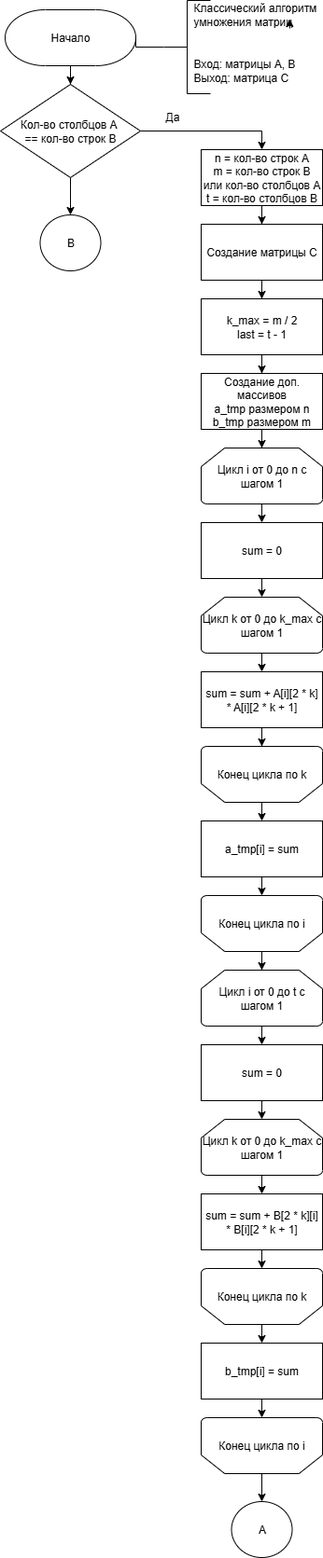
The draw.io diagram Labs/lab_01/report/images/vinograd_opt_scheme_1.png in Pricolistok/Algorithm-analysis, before a commit. Source tidied: cells renumbered, new cells last; positions are measured from the earlier drawing's top-left corner, leaving out a move shared by most shapes.
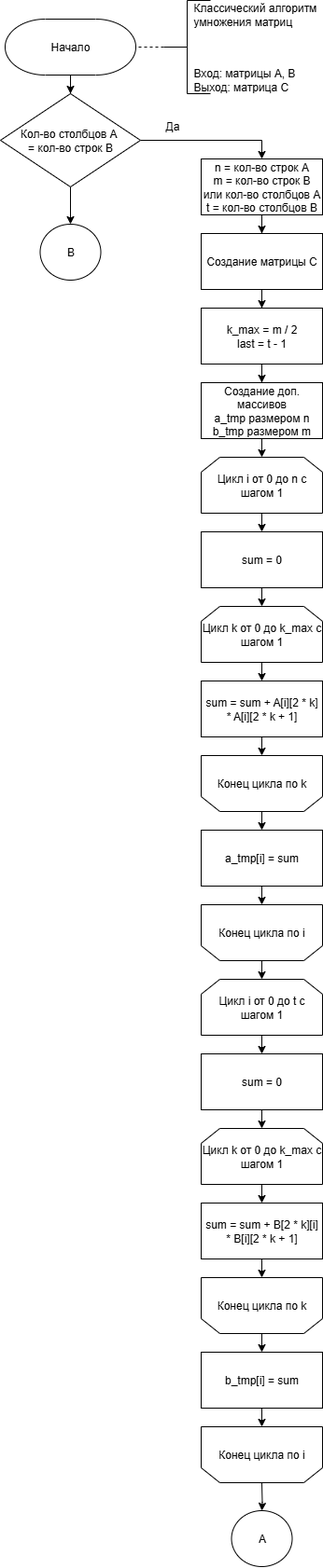
The same diagram one commit later.

Diff of the diagram source:
```diff
@@ -14,7 +14,7 @@
     <mxCell id="5" style="edgeStyle=orthogonalEdgeStyle;rounded=0;jettySize=auto;html=1;strokeWidth=1;" parent="1" edge="1" source="6" target="37">
       <mxGeometry relative="1" as="geometry" />
     </mxCell>
-    <mxCell id="6" value="Кол-во столбцов А&amp;nbsp;&lt;div&gt;== кол-во строк В&lt;/div&gt;" style="strokeWidth=1;html=1;shape=mxgraph.flowchart.decision;whiteSpace=wrap;" parent="1" vertex="1">
+    <mxCell id="6" value="Кол-во столбцов А&amp;nbsp;&lt;div&gt;= кол-во строк В&lt;/div&gt;" style="strokeWidth=1;html=1;shape=mxgraph.flowchart.decision;whiteSpace=wrap;" parent="1" vertex="1">
       <mxGeometry y="90" width="150" height="100" as="geometry" />
     </mxCell>
     <mxCell id="7" style="edgeStyle=orthogonalEdgeStyle;rounded=0;jettySize=auto;html=1;strokeWidth=1;" parent="1" edge="1" source="8" target="10">
@@ -29,45 +29,42 @@
     <mxCell id="10" value="Создание матрицы С" style="rounded=0;whiteSpace=wrap;html=1;strokeWidth=1;" parent="1" vertex="1">
       <mxGeometry x="215" y="240" width="130" height="60" as="geometry" />
     </mxCell>
-    <mxCell id="11" style="edgeStyle=orthogonalEdgeStyle;rounded=0;jettySize=auto;html=1;exitX=0.5;exitY=1;exitDx=0;exitDy=0;exitPerimeter=0;entryX=0.5;entryY=0;entryDx=0;entryDy=0;strokeWidth=1;" parent="1" edge="1" source="12" target="42">
-      <mxGeometry relative="1" as="geometry" />
+    <mxCell id="11" style="edgeStyle=orthogonalEdgeStyle;rounded=0;jettySize=auto;html=1;exitX=0.5;exitY=1;exitDx=0;exitDy=0;exitPerimeter=0;entryX=0.5;entryY=0;entryDx=0;entryDy=0;strokeWidth=1;" parent="1" edge="1" target="42">
+      <mxGeometry relative="1" as="geometry">
+        <mxPoint x="280" y="540" as="sourcePoint" />
+      </mxGeometry>
     </mxCell>
-    <mxCell id="12" value="Цикл i от 0 до n с шагом 1" style="strokeWidth=1;html=1;shape=mxgraph.flowchart.loop_limit;whiteSpace=wrap;" parent="1" vertex="1">
-      <mxGeometry x="215" y="480" width="130" height="60" as="geometry" />
-    </mxCell>
-    <mxCell id="13" style="edgeStyle=orthogonalEdgeStyle;rounded=0;jettySize=auto;html=1;exitX=0.5;exitY=1;exitDx=0;exitDy=0;exitPerimeter=0;entryX=0.5;entryY=0;entryDx=0;entryDy=0;strokeWidth=1;" parent="1" edge="1" source="14" target="16">
-      <mxGeometry relative="1" as="geometry" />
+    <mxCell id="13" style="edgeStyle=orthogonalEdgeStyle;rounded=0;jettySize=auto;html=1;exitX=0.5;exitY=1;exitDx=0;exitDy=0;exitPerimeter=0;entryX=0.5;entryY=0;entryDx=0;entryDy=0;strokeWidth=1;" parent="1" edge="1" target="16">
+      <mxGeometry relative="1" as="geometry">
+        <mxPoint x="280" y="700" as="sourcePoint" />
+      </mxGeometry>
     </mxCell>
-    <mxCell id="14" value="Цикл k от 0 до k_max с шагом 1" style="strokeWidth=1;html=1;shape=mxgraph.flowchart.loop_limit;whiteSpace=wrap;" parent="1" vertex="1">
-      <mxGeometry x="215" y="640" width="130" height="60" as="geometry" />
-    </mxCell>
-    <mxCell id="15" style="edgeStyle=orthogonalEdgeStyle;rounded=0;jettySize=auto;html=1;strokeWidth=1;" parent="1" edge="1" source="16" target="18">
-      <mxGeometry relative="1" as="geometry" />
+    <mxCell id="15" style="edgeStyle=orthogonalEdgeStyle;rounded=0;jettySize=auto;html=1;strokeWidth=1;" parent="1" edge="1" source="16">
+      <mxGeometry relative="1" as="geometry">
+        <mxPoint x="280" y="800" as="targetPoint" />
+      </mxGeometry>
     </mxCell>
     <mxCell id="16" value="sum = sum + A[i][2 * k] * A[i][2 * k + 1]" style="rounded=0;whiteSpace=wrap;html=1;strokeWidth=1;" parent="1" vertex="1">
       <mxGeometry x="215" y="720" width="130" height="60" as="geometry" />
     </mxCell>
-    <mxCell id="17" style="edgeStyle=orthogonalEdgeStyle;rounded=0;jettySize=auto;html=1;exitX=0.5;exitY=0;exitDx=0;exitDy=0;exitPerimeter=0;entryX=0.5;entryY=0;entryDx=0;entryDy=0;strokeWidth=1;" parent="1" edge="1" source="18" target="43">
-      <mxGeometry relative="1" as="geometry" />
+    <mxCell id="17" style="edgeStyle=orthogonalEdgeStyle;rounded=0;jettySize=auto;html=1;exitX=0.5;exitY=0;exitDx=0;exitDy=0;exitPerimeter=0;entryX=0.5;entryY=0;entryDx=0;entryDy=0;strokeWidth=1;" parent="1" edge="1" target="43">
+      <mxGeometry relative="1" as="geometry">
+        <mxPoint x="280" y="860" as="sourcePoint" />
+      </mxGeometry>
     </mxCell>
-    <mxCell id="18" value="Конец цикла по k" style="strokeWidth=1;html=1;shape=mxgraph.flowchart.loop_limit;whiteSpace=wrap;flipV=1;" parent="1" vertex="1">
-      <mxGeometry x="215" y="800" width="130" height="60" as="geometry" />
-    </mxCell>
-    <mxCell id="19" value="Конец цикла по i" style="strokeWidth=1;html=1;shape=mxgraph.flowchart.loop_limit;whiteSpace=wrap;flipV=1;" parent="1" vertex="1">
-      <mxGeometry x="215" y="960" width="130" height="60" as="geometry" />
-    </mxCell>
     <mxCell id="20" style="strokeWidth=1;html=1;shape=mxgraph.flowchart.annotation_2;align=left;labelPosition=right;" parent="1" vertex="1">
-      <mxGeometry x="175" width="50" height="100" as="geometry" />
+      <mxGeometry x="175" y="-10" width="50" height="100" as="geometry" />
     </mxCell>
-    <mxCell id="21" style="edgeStyle=orthogonalEdgeStyle;rounded=0;jettySize=auto;html=1;exitX=0;exitY=0.5;exitDx=0;exitDy=0;exitPerimeter=0;entryX=1;entryY=0.5;entryDx=0;entryDy=0;entryPerimeter=0;endArrow=none;endFill=0;strokeWidth=1;" parent="1" edge="1" source="20" target="3">
-      <mxGeometry relative="1" as="geometry" />
+    <mxCell id="21" style="edgeStyle=orthogonalEdgeStyle;rounded=0;jettySize=auto;html=1;exitX=0;exitY=0.5;exitDx=0;exitDy=0;exitPerimeter=0;entryX=1;entryY=0.5;entryDx=0;entryDy=0;entryPerimeter=0;endArrow=none;endFill=0;strokeWidth=1;dashed=1;" parent="1" edge="1" source="20" target="3">
+      <mxGeometry relative="1" as="geometry">
+        <Array as="points">
+          <mxPoint x="175" y="40" />
+        </Array>
+      </mxGeometry>
     </mxCell>
     <mxCell id="22" value="Классический алгоритм умножения матриц" style="text;strokeColor=none;align=left;fillColor=none;html=1;verticalAlign=middle;whiteSpace=wrap;rounded=0;strokeWidth=1;" parent="1" vertex="1">
-      <mxGeometry x="205" width="140" height="30" as="geometry" />
+      <mxGeometry x="205" y="-10" width="140" height="30" as="geometry" />
     </mxCell>
-    <mxCell id="23" style="edgeStyle=orthogonalEdgeStyle;rounded=0;orthogonalLoop=1;jettySize=auto;html=1;exitX=0.75;exitY=1;exitDx=0;exitDy=0;entryX=0.747;entryY=0.667;entryDx=0;entryDy=0;entryPerimeter=0;strokeWidth=1;" parent="1" edge="1" source="22" target="22">
-      <mxGeometry relative="1" as="geometry" />
-    </mxCell>
     <mxCell id="24" value="Вход: матрицы А, В&lt;div&gt;Выход: матрица С&lt;/div&gt;" style="text;strokeColor=none;align=left;fillColor=none;html=1;verticalAlign=middle;whiteSpace=wrap;rounded=0;strokeWidth=1;" parent="1" vertex="1">
       <mxGeometry x="205" y="60" width="140" height="30" as="geometry" />
     </mxCell>
@@ -77,44 +74,45 @@
     <mxCell id="26" value="Создание доп. массивов&lt;div&gt;a_tmp размером n&lt;/div&gt;&lt;div&gt;b_tmp размером m&lt;/div&gt;" style="rounded=0;whiteSpace=wrap;html=1;strokeWidth=1;" parent="1" vertex="1">
       <mxGeometry x="215" y="400" width="130" height="60" as="geometry" />
     </mxCell>
-    <mxCell id="27" style="edgeStyle=orthogonalEdgeStyle;rounded=0;jettySize=auto;html=1;entryX=0.5;entryY=0;entryDx=0;entryDy=0;entryPerimeter=0;strokeWidth=1;" parent="1" edge="1" source="26" target="12">
-      <mxGeometry relative="1" as="geometry" />
+    <mxCell id="27" style="edgeStyle=orthogonalEdgeStyle;rounded=0;jettySize=auto;html=1;entryX=0.5;entryY=0;entryDx=0;entryDy=0;entryPerimeter=0;strokeWidth=1;" parent="1" edge="1" source="26">
+      <mxGeometry relative="1" as="geometry">
+        <mxPoint x="280" y="480" as="targetPoint" />
+      </mxGeometry>
     </mxCell>
-    <mxCell id="28" style="edgeStyle=orthogonalEdgeStyle;rounded=0;jettySize=auto;html=1;exitX=0.5;exitY=1;exitDx=0;exitDy=0;exitPerimeter=0;entryX=0.5;entryY=0;entryDx=0;entryDy=0;strokeWidth=1;" parent="1" edge="1" source="29" target="44">
-      <mxGeometry relative="1" as="geometry" />
+    <mxCell id="28" style="edgeStyle=orthogonalEdgeStyle;rounded=0;jettySize=auto;html=1;exitX=0.5;exitY=1;exitDx=0;exitDy=0;exitPerimeter=0;entryX=0.5;entryY=0;entryDx=0;entryDy=0;strokeWidth=1;" parent="1" edge="1" target="44">
+      <mxGeometry relative="1" as="geometry">
+        <mxPoint x="280" y="1100" as="sourcePoint" />
+      </mxGeometry>
     </mxCell>
-    <mxCell id="29" value="Цикл i от 0 до t с шагом 1" style="strokeWidth=1;html=1;shape=mxgraph.flowchart.loop_limit;whiteSpace=wrap;" parent="1" vertex="1">
-      <mxGeometry x="215" y="1040" width="130" height="60" as="geometry" />
-    </mxCell>
-    <mxCell id="30" style="edgeStyle=orthogonalEdgeStyle;rounded=0;jettySize=auto;html=1;exitX=0.5;exitY=1;exitDx=0;exitDy=0;exitPerimeter=0;entryX=0.5;entryY=0;entryDx=0;entryDy=0;strokeWidth=1;" parent="1" edge="1" source="31" target="32">
-      <mxGeometry relative="1" as="geometry" />
+    <mxCell id="30" style="edgeStyle=orthogonalEdgeStyle;rounded=0;jettySize=auto;html=1;exitX=0.5;exitY=1;exitDx=0;exitDy=0;exitPerimeter=0;entryX=0.5;entryY=0;entryDx=0;entryDy=0;strokeWidth=1;" parent="1" edge="1" target="32">
+      <mxGeometry relative="1" as="geometry">
+        <mxPoint x="280" y="1260" as="sourcePoint" />
+      </mxGeometry>
     </mxCell>
-    <mxCell id="31" value="Цикл k от 0 до k_max с шагом 1" style="strokeWidth=1;html=1;shape=mxgraph.flowchart.loop_limit;whiteSpace=wrap;" parent="1" vertex="1">
-      <mxGeometry x="215" y="1200" width="130" height="60" as="geometry" />
-    </mxCell>
     <mxCell id="32" value="sum = sum + B[2 * k][i] * B[i][2 * k + 1]" style="rounded=0;whiteSpace=wrap;html=1;strokeWidth=1;" parent="1" vertex="1">
       <mxGeometry x="215" y="1280" width="130" height="60" as="geometry" />
     </mxCell>
-    <mxCell id="33" style="edgeStyle=orthogonalEdgeStyle;rounded=0;jettySize=auto;html=1;exitX=0.5;exitY=0;exitDx=0;exitDy=0;exitPerimeter=0;entryX=0.5;entryY=0;entryDx=0;entryDy=0;strokeWidth=1;" parent="1" edge="1" source="34" target="45">
-      <mxGeometry relative="1" as="geometry" />
+    <mxCell id="33" style="edgeStyle=orthogonalEdgeStyle;rounded=0;jettySize=auto;html=1;exitX=0.5;exitY=0;exitDx=0;exitDy=0;exitPerimeter=0;entryX=0.5;entryY=0;entryDx=0;entryDy=0;strokeWidth=1;" parent="1" edge="1" target="45">
+      <mxGeometry relative="1" as="geometry">
+        <mxPoint x="280" y="1420" as="sourcePoint" />
+      </mxGeometry>
     </mxCell>
-    <mxCell id="34" value="Конец цикла по k" style="strokeWidth=1;html=1;shape=mxgraph.flowchart.loop_limit;whiteSpace=wrap;flipV=1;" parent="1" vertex="1">
-      <mxGeometry x="215" y="1360" width="130" height="60" as="geometry" />
-    </mxCell>
-    <mxCell id="35" style="edgeStyle=orthogonalEdgeStyle;rounded=0;jettySize=auto;html=1;strokeWidth=1;" parent="1" edge="1" source="36" target="38">
-      <mxGeometry relative="1" as="geometry" />
+    <mxCell id="35" style="edgeStyle=orthogonalEdgeStyle;rounded=0;jettySize=auto;html=1;strokeWidth=1;" parent="1" edge="1" target="38">
+      <mxGeometry relative="1" as="geometry">
+        <mxPoint x="280" y="1580" as="sourcePoint" />
+      </mxGeometry>
     </mxCell>
-    <mxCell id="36" value="Конец цикла по i" style="strokeWidth=1;html=1;shape=mxgraph.flowchart.loop_limit;whiteSpace=wrap;flipV=1;" parent="1" vertex="1">
-      <mxGeometry x="215" y="1520" width="130" height="60" as="geometry" />
-    </mxCell>
     <mxCell id="37" value="B" style="strokeWidth=1;html=1;shape=mxgraph.flowchart.start_2;whiteSpace=wrap;" parent="1" vertex="1">
       <mxGeometry x="42.5" y="230" width="65" height="60" as="geometry" />
     </mxCell>
     <mxCell id="38" value="A" style="strokeWidth=1;html=1;shape=mxgraph.flowchart.start_2;whiteSpace=wrap;" parent="1" vertex="1">
       <mxGeometry x="247.5" y="1610" width="65" height="60" as="geometry" />
     </mxCell>
-    <mxCell id="39" style="edgeStyle=orthogonalEdgeStyle;rounded=0;jettySize=auto;html=1;entryX=0.5;entryY=0;entryDx=0;entryDy=0;entryPerimeter=0;strokeWidth=1;" parent="1" edge="1" source="19" target="29">
-      <mxGeometry relative="1" as="geometry" />
+    <mxCell id="39" style="edgeStyle=orthogonalEdgeStyle;rounded=0;orthogonalLoop=1;jettySize=auto;html=1;entryX=0.5;entryY=0;entryDx=0;entryDy=0;entryPerimeter=0;strokeWidth=1;" parent="1" edge="1">
+      <mxGeometry relative="1" as="geometry">
+        <mxPoint x="280" y="1020" as="sourcePoint" />
+        <mxPoint x="280" y="1040" as="targetPoint" />
+      </mxGeometry>
     </mxCell>
     <mxCell id="40" style="edgeStyle=orthogonalEdgeStyle;rounded=0;jettySize=auto;html=1;entryX=0.5;entryY=0;entryDx=0;entryDy=0;strokeWidth=1;" parent="1" edge="1" source="41" target="26">
       <mxGeometry relative="1" as="geometry" />
@@ -134,20 +132,54 @@
     <mxCell id="45" value="b_tmp[i] = sum" style="rounded=0;whiteSpace=wrap;html=1;strokeWidth=1;" parent="1" vertex="1">
       <mxGeometry x="215" y="1440" width="130" height="60" as="geometry" />
     </mxCell>
-    <mxCell id="46" style="edgeStyle=orthogonalEdgeStyle;rounded=0;jettySize=auto;html=1;exitX=0.5;exitY=1;exitDx=0;exitDy=0;entryX=0.5;entryY=0;entryDx=0;entryDy=0;entryPerimeter=0;strokeWidth=1;" parent="1" edge="1" source="42" target="14">
-      <mxGeometry relative="1" as="geometry" />
+    <mxCell id="46" style="edgeStyle=orthogonalEdgeStyle;rounded=0;jettySize=auto;html=1;exitX=0.5;exitY=1;exitDx=0;exitDy=0;entryX=0.5;entryY=0;entryDx=0;entryDy=0;entryPerimeter=0;strokeWidth=1;" parent="1" edge="1" source="42">
+      <mxGeometry relative="1" as="geometry">
+        <mxPoint x="280" y="640" as="targetPoint" />
+      </mxGeometry>
     </mxCell>
-    <mxCell id="47" style="edgeStyle=orthogonalEdgeStyle;rounded=0;jettySize=auto;html=1;exitX=0.5;exitY=1;exitDx=0;exitDy=0;entryX=0.5;entryY=1;entryDx=0;entryDy=0;entryPerimeter=0;strokeWidth=1;" parent="1" edge="1" source="43" target="19">
-      <mxGeometry relative="1" as="geometry" />
+    <mxCell id="47" style="edgeStyle=orthogonalEdgeStyle;rounded=0;jettySize=auto;html=1;exitX=0.5;exitY=1;exitDx=0;exitDy=0;entryX=0.5;entryY=1;entryDx=0;entryDy=0;entryPerimeter=0;strokeWidth=1;" parent="1" edge="1" source="43">
+      <mxGeometry relative="1" as="geometry">
+        <mxPoint x="280" y="960" as="targetPoint" />
+      </mxGeometry>
     </mxCell>
-    <mxCell id="48" style="edgeStyle=orthogonalEdgeStyle;rounded=0;jettySize=auto;html=1;exitX=0.5;exitY=1;exitDx=0;exitDy=0;entryX=0.5;entryY=0;entryDx=0;entryDy=0;entryPerimeter=0;strokeWidth=1;" parent="1" edge="1" source="44" target="31">
-      <mxGeometry relative="1" as="geometry" />
+    <mxCell id="48" style="edgeStyle=orthogonalEdgeStyle;rounded=0;jettySize=auto;html=1;exitX=0.5;exitY=1;exitDx=0;exitDy=0;entryX=0.5;entryY=0;entryDx=0;entryDy=0;entryPerimeter=0;strokeWidth=1;" parent="1" edge="1" source="44">
+      <mxGeometry relative="1" as="geometry">
+        <mxPoint x="280" y="1200" as="targetPoint" />
+      </mxGeometry>
     </mxCell>
-    <mxCell id="49" style="edgeStyle=orthogonalEdgeStyle;rounded=0;jettySize=auto;html=1;exitX=0.5;exitY=1;exitDx=0;exitDy=0;entryX=0.5;entryY=1;entryDx=0;entryDy=0;entryPerimeter=0;strokeWidth=1;" parent="1" edge="1" source="32" target="34">
-      <mxGeometry relative="1" as="geometry" />
+    <mxCell id="49" style="edgeStyle=orthogonalEdgeStyle;rounded=0;jettySize=auto;html=1;exitX=0.5;exitY=1;exitDx=0;exitDy=0;entryX=0.5;entryY=1;entryDx=0;entryDy=0;entryPerimeter=0;strokeWidth=1;" parent="1" edge="1" source="32">
+      <mxGeometry relative="1" as="geometry">
+        <mxPoint x="280" y="1360" as="targetPoint" />
+      </mxGeometry>
     </mxCell>
-    <mxCell id="50" style="edgeStyle=orthogonalEdgeStyle;rounded=0;jettySize=auto;html=1;exitX=0.5;exitY=1;exitDx=0;exitDy=0;entryX=0.5;entryY=1;entryDx=0;entryDy=0;entryPerimeter=0;strokeWidth=1;" parent="1" edge="1" source="45" target="36">
-      <mxGeometry relative="1" as="geometry" />
+    <mxCell id="50" style="edgeStyle=orthogonalEdgeStyle;rounded=0;jettySize=auto;html=1;exitX=0.5;exitY=1;exitDx=0;exitDy=0;entryX=0.5;entryY=1;entryDx=0;entryDy=0;entryPerimeter=0;strokeWidth=1;" parent="1" edge="1" source="45">
+      <mxGeometry relative="1" as="geometry">
+        <mxPoint x="280" y="1520" as="targetPoint" />
+      </mxGeometry>
     </mxCell>
+    <mxCell id="12" value="Цикл i от 0 до n с шагом 1" style="shape=loopLimit;whiteSpace=wrap;html=1;" parent="1" vertex="1">
+      <mxGeometry x="215" y="480" width="130" height="60" as="geometry" />
+    </mxCell>
+    <mxCell id="51" value="Цикл k от 0 до k_max с шагом 1" style="shape=loopLimit;whiteSpace=wrap;html=1;" parent="1" vertex="1">
+      <mxGeometry x="215" y="640" width="130" height="60" as="geometry" />
+    </mxCell>
+    <mxCell id="52" value="Конец цикла по k" style="shape=loopLimit;whiteSpace=wrap;html=1;flipV=1;" parent="1" vertex="1">
+      <mxGeometry x="215" y="800" width="130" height="60" as="geometry" />
+    </mxCell>
+    <mxCell id="53" value="Конец цикла по i" style="shape=loopLimit;whiteSpace=wrap;html=1;flipV=1;" parent="1" vertex="1">
+      <mxGeometry x="215" y="960" width="130" height="60" as="geometry" />
+    </mxCell>
+    <mxCell id="29" value="Цикл i от 0 до t с шагом 1" style="shape=loopLimit;whiteSpace=wrap;html=1;" parent="1" vertex="1">
+      <mxGeometry x="215" y="1040" width="130" height="60" as="geometry" />
+    </mxCell>
+    <mxCell id="54" value="Цикл k от 0 до k_max с шагом 1" style="shape=loopLimit;whiteSpace=wrap;html=1;" parent="1" vertex="1">
+      <mxGeometry x="215" y="1200" width="130" height="60" as="geometry" />
+    </mxCell>
+    <mxCell id="55" value="Конец цикла по k" style="shape=loopLimit;whiteSpace=wrap;html=1;flipV=1;" parent="1" vertex="1">
+      <mxGeometry x="215" y="1360" width="130" height="60" as="geometry" />
+    </mxCell>
+    <mxCell id="56" value="Конец цикла по i" style="shape=loopLimit;whiteSpace=wrap;html=1;flipV=1;" parent="1" vertex="1">
+      <mxGeometry x="215" y="1520" width="130" height="60" as="geometry" />
+    </mxCell>
   </root>
 </mxGraphModel>
```
